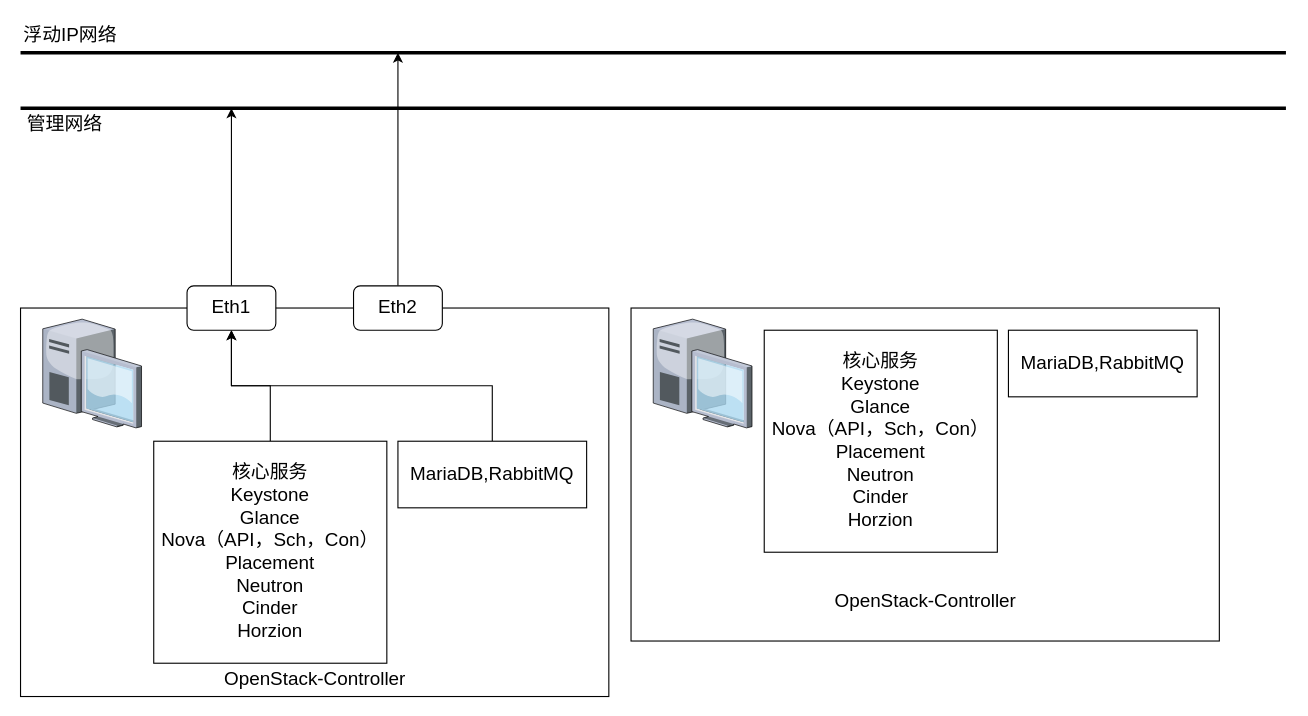
Earlier version of the draw.io diagram OpenStack部分结构.drawio (lrAltas/DrwaIO). Source tidied: cells renumbered, new cells numbered last; positions are measured from the earlier drawing's top-left corner, leaving out a move shared by most shapes. Both pictures are drawn from the tidied source at 111%, with x=0, y=0 at pixel (20, 19).
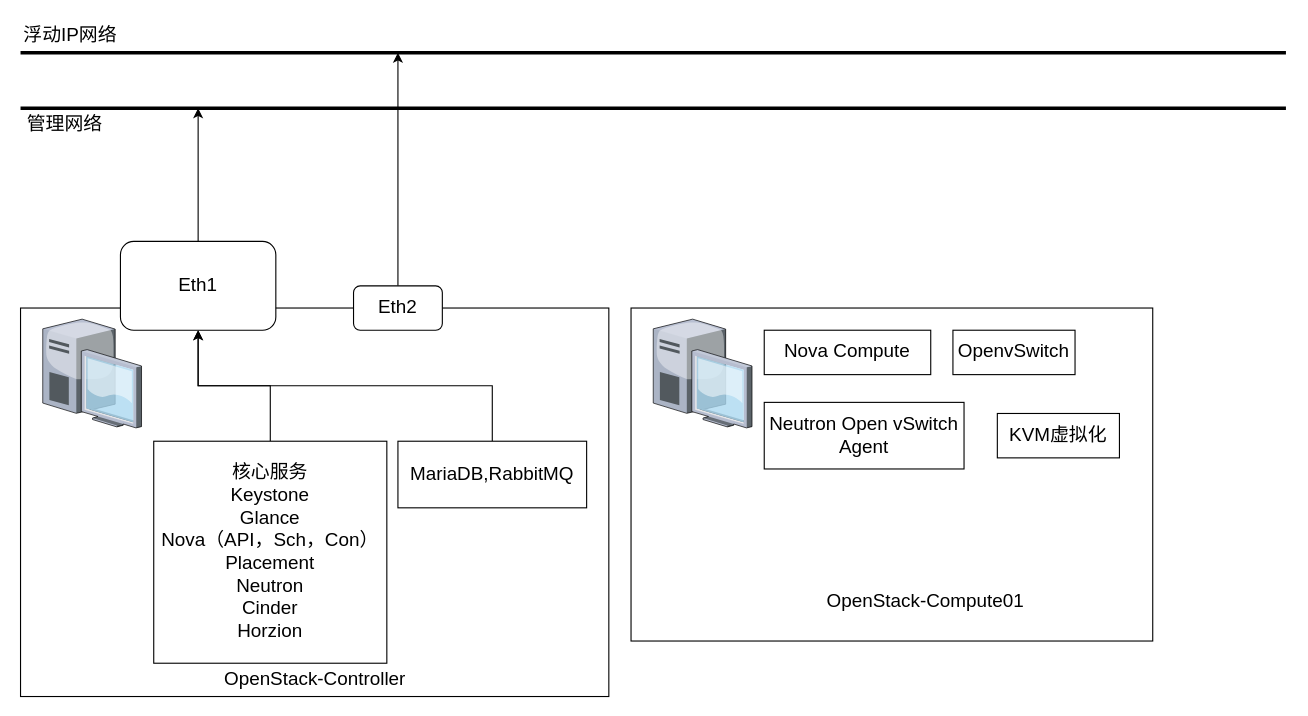
The same page after the edit.

Commit message (it also covers changes not shown here):
更新OpenStack部分结构.drawio

Unchanged cells that the change refers to:
```xml
<mxCell id="9" value="MariaDB,RabbitMQ" style="whiteSpace=wrap;html=1;fontSize=17;" parent="1" vertex="1">
  <mxGeometry x="340" y="380" width="170" height="60" as="geometry" />
</mxCell>
```

Diff of the diagram source:
```diff
@@
     <mxCell id="8" style="edgeStyle=orthogonalEdgeStyle;rounded=0;jettySize=auto;html=1;entryX=0.5;entryY=1;entryDx=0;entryDy=0;" parent="1" edge="1" source="9" target="19">
       <mxGeometry relative="1" as="geometry">
         <Array as="points">
           <mxPoint x="425" y="330" />
-          <mxPoint x="190" y="330" />
+          <mxPoint x="160" y="330" />
         </Array>
       </mxGeometry>
     </mxCell>
@@
     <mxCell id="13" style="rounded=0;whiteSpace=wrap;html=1;" parent="1" vertex="1">
-      <mxGeometry x="550" y="260" width="530" height="300" as="geometry" />
+      <mxGeometry x="550" y="260" width="470" height="300" as="geometry" />
     </mxCell>
@@
-    <mxCell id="15" value="&lt;div&gt;核心服务&lt;/div&gt;&lt;div&gt;Keystone&lt;/div&gt;&lt;div&gt;Glance&lt;/div&gt;&lt;div&gt;Nova（API，Sch，Con）&lt;/div&gt;&lt;div&gt;Placement&lt;/div&gt;&lt;div&gt;Neutron&lt;/div&gt;&lt;div&gt;Cinder&lt;/div&gt;&lt;div&gt;Horzion&lt;/div&gt;" style="rounded=0;whiteSpace=wrap;html=1;fontSize=17;" parent="1" vertex="1">
-      <mxGeometry x="670" y="280" width="210" height="200" as="geometry" />
+    <mxCell id="15" value="&lt;div&gt;Nova Compute&lt;/div&gt;" style="rounded=0;whiteSpace=wrap;html=1;fontSize=17;" parent="1" vertex="1">
+      <mxGeometry x="670" y="280" width="150" height="40" as="geometry" />
     </mxCell>
-    <mxCell id="16" value="MariaDB,RabbitMQ" style="whiteSpace=wrap;html=1;fontSize=17;" parent="1" vertex="1">
-      <mxGeometry x="890" y="280" width="170" height="60" as="geometry" />
+    <mxCell id="16" value="OpenvSwitch" style="whiteSpace=wrap;html=1;fontSize=17;" parent="1" vertex="1">
+      <mxGeometry x="840" y="280" width="110" height="40" as="geometry" />
     </mxCell>
-    <mxCell id="17" value="&lt;div&gt;OpenStack-Controller&lt;/div&gt;" style="text;html=1;whiteSpace=wrap;strokeColor=none;fillColor=none;align=center;verticalAlign=middle;rounded=0;fontSize=17;" parent="1" vertex="1">
+    <mxCell id="17" value="&lt;div&gt;OpenStack-Compute01&lt;/div&gt;" style="text;html=1;whiteSpace=wrap;strokeColor=none;fillColor=none;align=center;verticalAlign=middle;rounded=0;fontSize=17;" parent="1" vertex="1">
       <mxGeometry x="717.5" y="510" width="195" height="30" as="geometry" />
     </mxCell>
     <mxCell id="18" style="edgeStyle=orthogonalEdgeStyle;rounded=0;jettySize=auto;html=1;" parent="1" edge="1" source="19">
       <mxGeometry relative="1" as="geometry">
-        <mxPoint x="190" y="80" as="targetPoint" />
+        <mxPoint x="160" y="80" as="targetPoint" />
+        <Array as="points">
+          <mxPoint x="160" y="80" />
+        </Array>
       </mxGeometry>
     </mxCell>
     <mxCell id="19" value="&lt;font style=&quot;font-size: 17px;&quot;&gt;Eth1&lt;/font&gt;" style="rounded=1;whiteSpace=wrap;html=1;" parent="1" vertex="1">
-      <mxGeometry x="150" y="240" width="80" height="40" as="geometry" />
+      <mxGeometry x="90" y="200" width="140" height="80" as="geometry" />
     </mxCell>
@@
+    <mxCell id="22" value="&lt;font style=&quot;font-size: 17px;&quot;&gt;Neutron Open vSwitch Agent&lt;/font&gt;" style="rounded=0;whiteSpace=wrap;html=1;" parent="1" vertex="1">
+      <mxGeometry x="670" y="345" width="180" height="60" as="geometry" />
+    </mxCell>
+    <mxCell id="23" value="KVM虚拟化" style="whiteSpace=wrap;html=1;fontSize=17;" parent="1" vertex="1">
+      <mxGeometry x="880" y="355" width="110" height="40" as="geometry" />
+    </mxCell>
```
